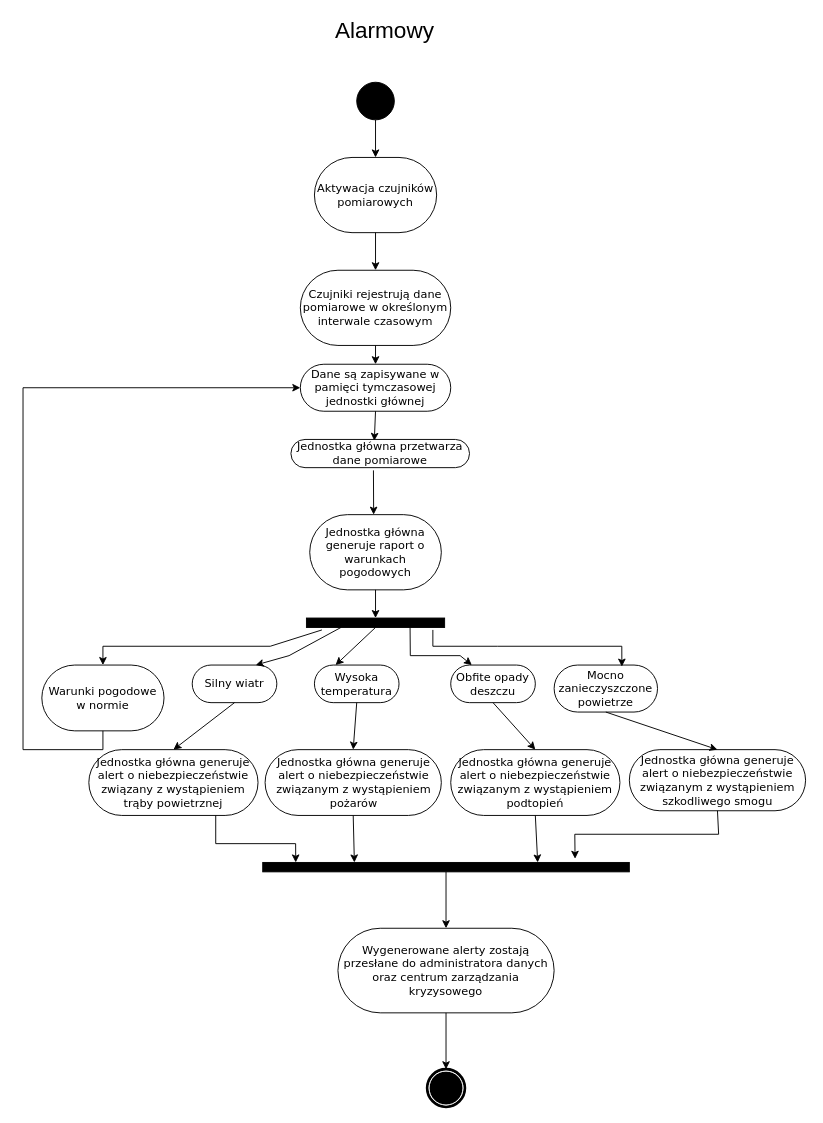
Earlier version of the draw.io diagram alarmowy.drawio (zawoj/Wbudowane). Source tidied: cells renumbered, new cells numbered last; positions are measured from the earlier drawing's top-left corner, leaving out a move shared by most shapes. Both pictures are drawn from the tidied source at 94%, with x=0, y=0 at pixel (23, 16).
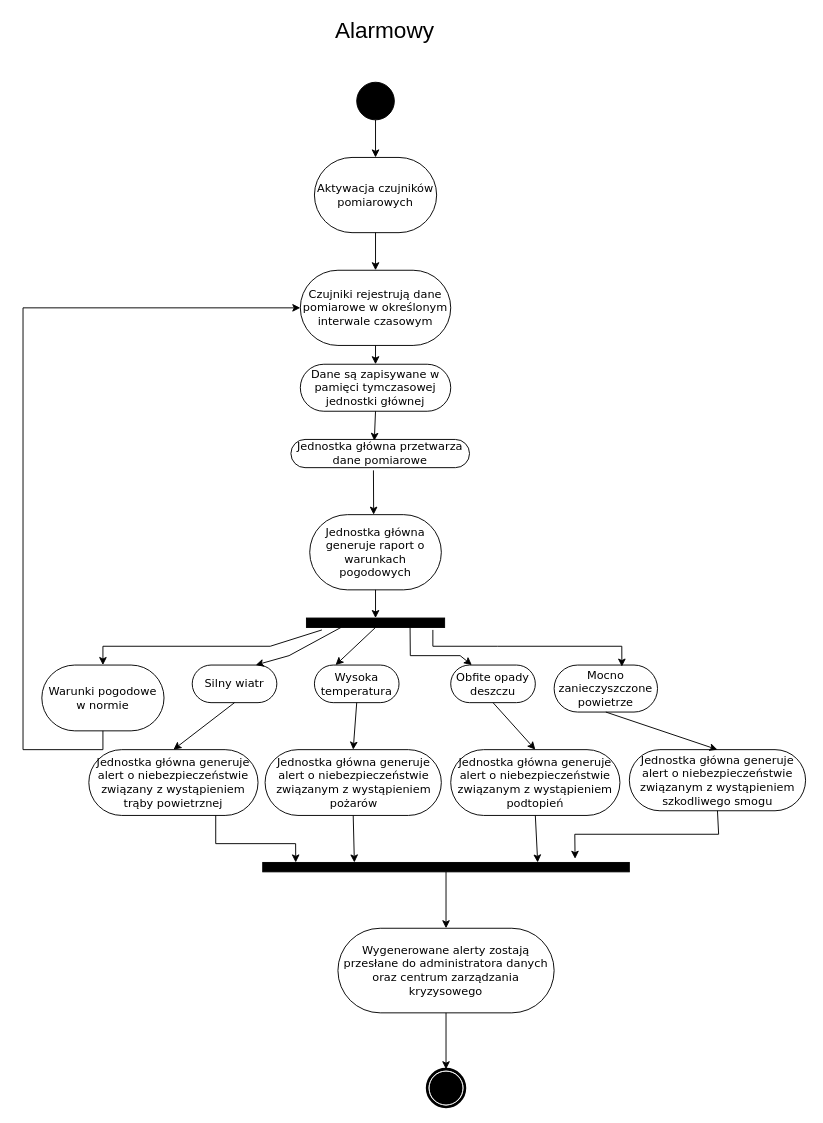
Above is the later version.

The change refers to these unchanged cells:
```xml
<mxCell id="2" value="Warunki pogodowe w normie" style="rounded=1;whiteSpace=wrap;html=1;shadow=0;comic=0;labelBackgroundColor=none;strokeWidth=1;fontFamily=Verdana;fontSize=12;align=center;arcSize=50;" parent="1" vertex="1">
  <mxGeometry x="20" y="690" width="130" height="70" as="geometry" />
</mxCell>
<mxCell id="8" value="Czujniki rejestrują dane pomiarowe w określonym interwale czasowym" style="rounded=1;whiteSpace=wrap;html=1;shadow=0;comic=0;labelBackgroundColor=none;strokeWidth=1;fontFamily=Verdana;fontSize=12;align=center;arcSize=50;" parent="1" vertex="1">
  <mxGeometry x="295" y="270" width="160" height="80" as="geometry" />
</mxCell>
<mxCell id="11" value="Dane są zapisywane w pamięci tymczasowej jednostki głównej" style="rounded=1;whiteSpace=wrap;html=1;shadow=0;comic=0;labelBackgroundColor=none;strokeWidth=1;fontFamily=Verdana;fontSize=12;align=center;arcSize=50;" parent="1" vertex="1">
  <mxGeometry x="295" y="370" width="160" height="50" as="geometry" />
</mxCell>
```

Diff of the diagram source:
```diff
@@
-    <mxCell id="37" style="endArrow=classic;html=1;rounded=0;exitX=0.5;exitY=1;exitDx=0;exitDy=0;entryX=0;entryY=0.5;entryDx=0;entryDy=0;" parent="1" edge="1" source="2" target="11">
+    <mxCell id="37" style="endArrow=classic;html=1;rounded=0;exitX=0.5;exitY=1;exitDx=0;exitDy=0;entryX=0;entryY=0.5;entryDx=0;entryDy=0;" parent="1" edge="1" source="2" target="8">
       <mxGeometry relative="1" as="geometry">
         <Array as="points">
           <mxPoint x="85" y="780" />
           <mxPoint y="780" />
-          <mxPoint y="395" />
+          <mxPoint y="310" />
         </Array>
       </mxGeometry>
     </mxCell>
```
